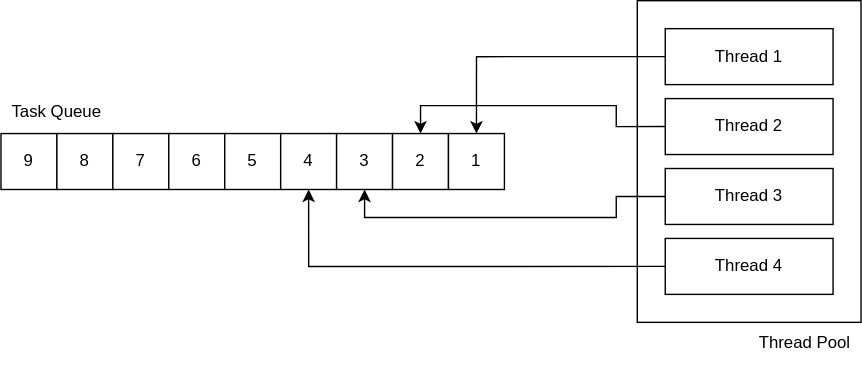
Before: Report/images/assets/ThreadPool1.svg, a diagram exported from draw.io (TommasoCosimi/UniMORE_OperatingSystemsDesign_Project). Source tidied: cells renumbered, new cells last; positions are measured from the earlier drawing's top-left corner, leaving out a move shared by most shapes. Source of this version:
```xml
<mxGraphModel>
  <root>
    <mxCell id="0" />
    <mxCell id="1" parent="0" />
    <mxCell id="2" style="rounded=0;whiteSpace=wrap;html=1;" parent="1" vertex="1">
      <mxGeometry x="455" width="160" height="230" as="geometry" />
    </mxCell>
    <mxCell id="3" style="edgeStyle=orthogonalEdgeStyle;rounded=0;jettySize=auto;html=1;exitX=0;exitY=0.5;exitDx=0;exitDy=0;entryX=0.5;entryY=0;entryDx=0;entryDy=0;" parent="1" edge="1" source="4" target="19">
      <mxGeometry relative="1" as="geometry" />
    </mxCell>
    <mxCell id="4" style="rounded=0;whiteSpace=wrap;html=1;" parent="1" vertex="1">
      <mxGeometry x="475" y="20" width="120" height="40" as="geometry" />
    </mxCell>
    <mxCell id="5" style="edgeStyle=orthogonalEdgeStyle;rounded=0;jettySize=auto;html=1;exitX=0;exitY=0.5;exitDx=0;exitDy=0;entryX=0.5;entryY=0;entryDx=0;entryDy=0;" parent="1" edge="1" source="6" target="18">
      <mxGeometry relative="1" as="geometry">
        <Array as="points">
          <mxPoint x="440" y="90" />
          <mxPoint x="440" y="75" />
          <mxPoint x="300" y="75" />
        </Array>
      </mxGeometry>
    </mxCell>
    <mxCell id="6" style="rounded=0;whiteSpace=wrap;html=1;" parent="1" vertex="1">
      <mxGeometry x="475" y="70" width="120" height="40" as="geometry" />
    </mxCell>
    <mxCell id="7" style="edgeStyle=orthogonalEdgeStyle;rounded=0;jettySize=auto;html=1;exitX=0;exitY=0.5;exitDx=0;exitDy=0;entryX=0.5;entryY=1;entryDx=0;entryDy=0;" parent="1" edge="1" source="8" target="17">
      <mxGeometry relative="1" as="geometry">
        <Array as="points">
          <mxPoint x="440" y="140" />
          <mxPoint x="440" y="155" />
          <mxPoint x="260" y="155" />
        </Array>
      </mxGeometry>
    </mxCell>
    <mxCell id="8" style="rounded=0;whiteSpace=wrap;html=1;" parent="1" vertex="1">
      <mxGeometry x="475" y="120" width="120" height="40" as="geometry" />
    </mxCell>
    <mxCell id="9" style="edgeStyle=orthogonalEdgeStyle;rounded=0;jettySize=auto;html=1;exitX=0;exitY=0.5;exitDx=0;exitDy=0;entryX=0.5;entryY=1;entryDx=0;entryDy=0;" parent="1" edge="1" source="10" target="16">
      <mxGeometry relative="1" as="geometry" />
    </mxCell>
    <mxCell id="10" style="rounded=0;whiteSpace=wrap;html=1;" parent="1" vertex="1">
      <mxGeometry x="475" y="170" width="120" height="40" as="geometry" />
    </mxCell>
    <mxCell id="11" style="rounded=0;whiteSpace=wrap;html=1;" parent="1" vertex="1">
      <mxGeometry y="95" width="40" height="40" as="geometry" />
    </mxCell>
    <mxCell id="12" style="rounded=0;whiteSpace=wrap;html=1;" parent="1" vertex="1">
      <mxGeometry x="40" y="95" width="40" height="40" as="geometry" />
    </mxCell>
    <mxCell id="13" style="rounded=0;whiteSpace=wrap;html=1;" parent="1" vertex="1">
      <mxGeometry x="80" y="95" width="40" height="40" as="geometry" />
    </mxCell>
    <mxCell id="14" style="rounded=0;whiteSpace=wrap;html=1;" parent="1" vertex="1">
      <mxGeometry x="120" y="95" width="40" height="40" as="geometry" />
    </mxCell>
    <mxCell id="15" style="rounded=0;whiteSpace=wrap;html=1;" parent="1" vertex="1">
      <mxGeometry x="160" y="95" width="40" height="40" as="geometry" />
    </mxCell>
    <mxCell id="16" style="rounded=0;whiteSpace=wrap;html=1;" parent="1" vertex="1">
      <mxGeometry x="200" y="95" width="40" height="40" as="geometry" />
    </mxCell>
    <mxCell id="17" style="rounded=0;whiteSpace=wrap;html=1;" parent="1" vertex="1">
      <mxGeometry x="240" y="95" width="40" height="40" as="geometry" />
    </mxCell>
    <mxCell id="18" style="rounded=0;whiteSpace=wrap;html=1;" parent="1" vertex="1">
      <mxGeometry x="280" y="95" width="40" height="40" as="geometry" />
    </mxCell>
    <mxCell id="19" style="rounded=0;whiteSpace=wrap;html=1;" parent="1" vertex="1">
      <mxGeometry x="320" y="95" width="40" height="40" as="geometry" />
    </mxCell>
    <mxCell id="20" value="Thread 1" style="text;html=1;strokeColor=none;fillColor=none;align=center;verticalAlign=middle;whiteSpace=wrap;rounded=0;" parent="1" vertex="1">
      <mxGeometry x="505" y="25" width="60" height="30" as="geometry" />
    </mxCell>
    <mxCell id="21" value="Thread 2" style="text;html=1;strokeColor=none;fillColor=none;align=center;verticalAlign=middle;whiteSpace=wrap;rounded=0;fontStyle=0;" parent="1" vertex="1">
      <mxGeometry x="505" y="75" width="60" height="30" as="geometry" />
    </mxCell>
    <mxCell id="22" value="Thread 3" style="text;html=1;strokeColor=none;fillColor=none;align=center;verticalAlign=middle;whiteSpace=wrap;rounded=0;" parent="1" vertex="1">
      <mxGeometry x="505" y="125" width="60" height="30" as="geometry" />
    </mxCell>
    <mxCell id="23" value="Thread 4" style="text;html=1;strokeColor=none;fillColor=none;align=center;verticalAlign=middle;whiteSpace=wrap;rounded=0;" parent="1" vertex="1">
      <mxGeometry x="505" y="175" width="60" height="30" as="geometry" />
    </mxCell>
    <mxCell id="24" value="Task Queue" style="text;html=1;strokeColor=none;fillColor=none;align=center;verticalAlign=middle;whiteSpace=wrap;rounded=0;" parent="1" vertex="1">
      <mxGeometry y="65" width="80" height="30" as="geometry" />
    </mxCell>
    <mxCell id="25" value="9" style="text;html=1;strokeColor=none;fillColor=none;align=center;verticalAlign=middle;whiteSpace=wrap;rounded=0;" parent="1" vertex="1">
      <mxGeometry x="10" y="100" width="20" height="30" as="geometry" />
    </mxCell>
    <mxCell id="26" value="8" style="text;html=1;strokeColor=none;fillColor=none;align=center;verticalAlign=middle;whiteSpace=wrap;rounded=0;" parent="1" vertex="1">
      <mxGeometry x="50" y="100" width="20" height="30" as="geometry" />
    </mxCell>
    <mxCell id="27" value="7" style="text;html=1;strokeColor=none;fillColor=none;align=center;verticalAlign=middle;whiteSpace=wrap;rounded=0;" parent="1" vertex="1">
      <mxGeometry x="90" y="100" width="20" height="30" as="geometry" />
    </mxCell>
    <mxCell id="28" value="6" style="text;html=1;strokeColor=none;fillColor=none;align=center;verticalAlign=middle;whiteSpace=wrap;rounded=0;" parent="1" vertex="1">
      <mxGeometry x="130" y="100" width="20" height="30" as="geometry" />
    </mxCell>
    <mxCell id="29" value="5" style="text;html=1;strokeColor=none;fillColor=none;align=center;verticalAlign=middle;whiteSpace=wrap;rounded=0;" parent="1" vertex="1">
      <mxGeometry x="170" y="100" width="20" height="30" as="geometry" />
    </mxCell>
    <mxCell id="30" value="4" style="text;html=1;strokeColor=none;fillColor=none;align=center;verticalAlign=middle;whiteSpace=wrap;rounded=0;" parent="1" vertex="1">
      <mxGeometry x="210" y="100" width="20" height="30" as="geometry" />
    </mxCell>
    <mxCell id="31" value="3" style="text;html=1;strokeColor=none;fillColor=none;align=center;verticalAlign=middle;whiteSpace=wrap;rounded=0;" parent="1" vertex="1">
      <mxGeometry x="250" y="100" width="20" height="30" as="geometry" />
    </mxCell>
    <mxCell id="32" value="2" style="text;html=1;strokeColor=none;fillColor=none;align=center;verticalAlign=middle;whiteSpace=wrap;rounded=0;" parent="1" vertex="1">
      <mxGeometry x="290" y="100" width="20" height="30" as="geometry" />
    </mxCell>
    <mxCell id="33" value="1" style="text;html=1;strokeColor=none;fillColor=none;align=center;verticalAlign=middle;whiteSpace=wrap;rounded=0;" parent="1" vertex="1">
      <mxGeometry x="330" y="100" width="20" height="30" as="geometry" />
    </mxCell>
    <mxCell id="34" value="Thread Pool" style="text;html=1;strokeColor=none;fillColor=none;align=center;verticalAlign=middle;whiteSpace=wrap;rounded=0;" parent="1" vertex="1">
      <mxGeometry x="535" y="230" width="80" height="30" as="geometry" />
    </mxCell>
  </root>
</mxGraphModel>
```
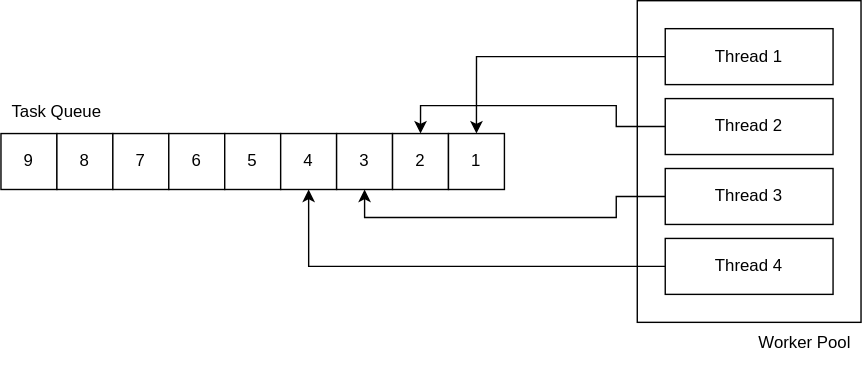
The same file after the commit.

Change to the diagram source:
```diff
@@ -110,7 +110,7 @@
     <mxCell id="33" value="1" style="text;html=1;strokeColor=none;fillColor=none;align=center;verticalAlign=middle;whiteSpace=wrap;rounded=0;" parent="1" vertex="1">
       <mxGeometry x="330" y="100" width="20" height="30" as="geometry" />
     </mxCell>
-    <mxCell id="34" value="Thread Pool" style="text;html=1;strokeColor=none;fillColor=none;align=center;verticalAlign=middle;whiteSpace=wrap;rounded=0;" parent="1" vertex="1">
+    <mxCell id="34" value="Worker Pool" style="text;html=1;strokeColor=none;fillColor=none;align=center;verticalAlign=middle;whiteSpace=wrap;rounded=0;" parent="1" vertex="1">
       <mxGeometry x="535" y="230" width="80" height="30" as="geometry" />
     </mxCell>
   </root>
```
